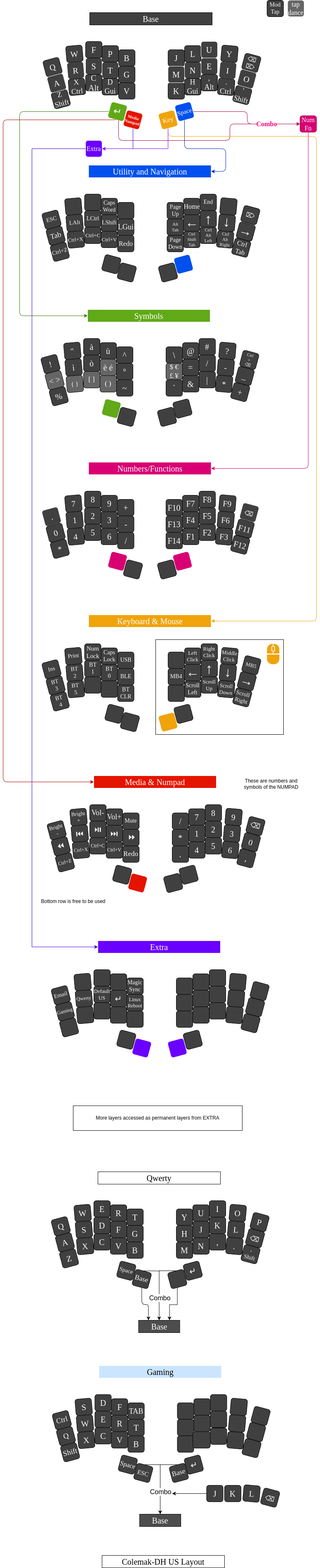
Before: Cotechino.png, a diagram exported from draw.io (fractalysid/Cotechino_Keyboard_Layout). Source tidied: cells renumbered, new cells last; positions are measured from the earlier drawing's top-left corner, leaving out a move shared by most shapes.
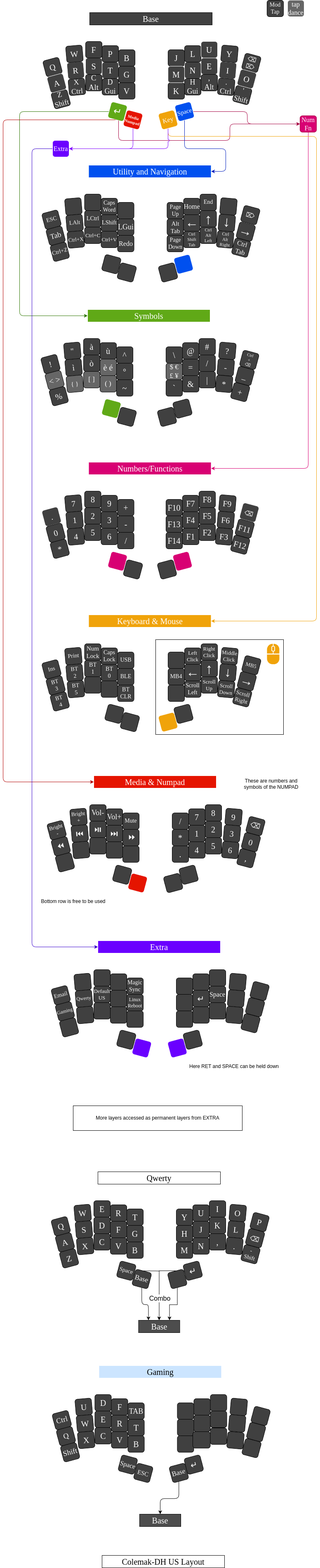
Above is the later version.

What changed in the source:
```diff
@@ -32,7 +32,7 @@
     <mxCell id="11" value="D&lt;br style=&quot;font-size: 18px;&quot;&gt;Gui" style="rounded=1;whiteSpace=wrap;html=1;fontSize=18;fillColor=#404040;fontFamily=Tahoma;fontColor=#FAFAFA;verticalAlign=middle;" parent="1" vertex="1">
       <mxGeometry x="240" y="190" width="40" height="40" as="geometry" />
     </mxCell>
-    <mxCell id="12" value="C&lt;br&gt;Alt" style="rounded=1;whiteSpace=wrap;html=1;fontSize=20;fillColor=#404040;fontFamily=Tahoma;fontColor=#FAFAFA;verticalAlign=middle;" parent="1" vertex="1">
+    <mxCell id="12" value="C&lt;br&gt;Alt" style="rounded=1;whiteSpace=wrap;html=1;fontSize=19;fillColor=#404040;fontFamily=Tahoma;fontColor=#FAFAFA;verticalAlign=middle;" parent="1" vertex="1">
       <mxGeometry x="200" y="180" width="40" height="40" as="geometry" />
     </mxCell>
     <mxCell id="13" value="X&lt;br style=&quot;font-size: 18px;&quot;&gt;Ctrl" style="rounded=1;whiteSpace=wrap;html=1;fontSize=18;fillColor=#404040;fontFamily=Tahoma;fontColor=#FAFAFA;rotation=355;verticalAlign=middle;" parent="1" vertex="1">
@@ -84,7 +84,7 @@
     <mxCell id="24" value="E" style="rounded=1;whiteSpace=wrap;html=1;fontSize=20;fillColor=#404040;fontFamily=Tahoma;flipV=0;flipH=0;direction=east;strokeColor=#FFFFFF;verticalAlign=middle;fontColor=#FFFFFF;" parent="1" vertex="1">
       <mxGeometry x="480" y="140" width="40" height="40" as="geometry" />
     </mxCell>
-    <mxCell id="25" value="H&lt;br style=&quot;font-size: 18px;&quot;&gt;Gui" style="rounded=1;whiteSpace=wrap;html=1;fontSize=18;fillColor=#404040;fontFamily=Tahoma;fontColor=#FAFAFA;flipV=0;flipH=0;direction=east;verticalAlign=middle;" parent="1" vertex="1">
+    <mxCell id="25" value="H&lt;br&gt;Gui" style="rounded=1;whiteSpace=wrap;html=1;fontSize=18;fillColor=#404040;fontFamily=Tahoma;fontColor=#FAFAFA;flipV=0;flipH=0;direction=east;verticalAlign=middle;" parent="1" vertex="1">
       <mxGeometry x="440" y="190" width="40" height="40" as="geometry" />
     </mxCell>
     <mxCell id="26" value=",&lt;br style=&quot;font-size: 18px;&quot;&gt;Alt" style="rounded=1;whiteSpace=wrap;html=1;fontSize=18;fillColor=#404040;fontFamily=Tahoma;fontColor=#FAFAFA;flipV=0;flipH=0;direction=east;verticalAlign=middle;" parent="1" vertex="1">
@@ -102,14 +102,9 @@
     <mxCell id="30" value="O" style="rounded=1;whiteSpace=wrap;html=1;fontSize=20;fillColor=#404040;fontFamily=Tahoma;rotation=15;flipV=0;flipH=0;direction=east;strokeColor=#FFFFFF;fontColor=#FFFFFF;" parent="1" vertex="1">
       <mxGeometry x="571" y="171" width="40" height="40" as="geometry" />
     </mxCell>
-    <mxCell id="31" style="edgeStyle=orthogonalEdgeStyle;rounded=1;jettySize=auto;html=1;entryX=0;entryY=0.5;entryDx=0;entryDy=0;fontFamily=Tahoma;fontSize=16;fontColor=#FAFAFA;fillColor=#d80073;strokeColor=#A50040;" parent="1" edge="1" source="34" target="196">
+    <mxCell id="31" style="edgeStyle=orthogonalEdgeStyle;rounded=1;jettySize=auto;html=1;entryX=0;entryY=0.5;entryDx=0;entryDy=0;fontFamily=Tahoma;fontSize=16;fontColor=#FAFAFA;fillColor=#d80073;strokeColor=#A50040;jumpStyle=arc;" parent="1" edge="1" source="34" target="196">
       <mxGeometry relative="1" as="geometry" />
     </mxCell>
-    <mxCell id="32" value="Combo" style="edgeLabel;html=1;align=center;verticalAlign=middle;fontSize=16;fontFamily=Tahoma;fontColor=#FF0080;fontStyle=1;" parent="31" vertex="1">
-      <mxGeometry x="0.33" y="1" relative="1" as="geometry">
-        <mxPoint x="16" y="1" as="offset" />
-      </mxGeometry>
-    </mxCell>
     <mxCell id="33" style="edgeStyle=orthogonalEdgeStyle;rounded=1;jettySize=auto;html=1;fontFamily=Tahoma;fontSize=16;fontColor=#FAFAFA;entryX=1;entryY=0.5;entryDx=0;entryDy=0;fillColor=#0050ef;strokeColor=#001DBC;" parent="1" edge="1" source="34" target="36">
       <mxGeometry relative="1" as="geometry">
         <Array as="points">
@@ -188,7 +183,7 @@
     <mxCell id="56" value="&lt;span style=&quot;color: rgb(250, 250, 250); font-family: sans-serif; font-size: 32px; font-style: normal; font-variant-ligatures: normal; font-variant-caps: normal; font-weight: 400; letter-spacing: normal; orphans: 2; text-align: center; text-indent: 0px; text-transform: none; widows: 2; word-spacing: 0px; -webkit-text-stroke-width: 0px; background-color: rgb(64, 64, 64); text-decoration-thickness: initial; text-decoration-style: initial; text-decoration-color: initial; float: none; display: inline !important;&quot;&gt;←&lt;/span&gt;" style="rounded=1;whiteSpace=wrap;html=1;fontSize=32;fillColor=#404040;fontFamily=Tahoma;fontColor=#FAFAFA;flipV=0;flipH=0;direction=east;verticalAlign=bottom;horizontal=1;" parent="1" vertex="1">
       <mxGeometry x="437.5" y="520" width="40" height="40" as="geometry" />
     </mxCell>
-    <mxCell id="57" value="&lt;span style=&quot;color: rgb(250, 250, 250); font-family: Tahoma; font-size: 11px; font-style: normal; font-variant-ligatures: normal; font-variant-caps: normal; font-weight: 400; letter-spacing: normal; orphans: 2; text-align: center; text-indent: 0px; text-transform: none; widows: 2; word-spacing: 0px; -webkit-text-stroke-width: 0px; background-color: rgb(64, 64, 64); text-decoration-thickness: initial; text-decoration-style: initial; text-decoration-color: initial; float: none; display: inline !important;&quot;&gt;Alt&lt;br&gt;Tab&lt;br style=&quot;font-size: 11px;&quot;&gt;&lt;/span&gt;" style="rounded=1;whiteSpace=wrap;html=1;fontSize=11;fillColor=#404040;fontFamily=Tahoma;fontColor=#FAFAFA;flipV=0;flipH=0;direction=east;verticalAlign=middle;" parent="1" vertex="1">
+    <mxCell id="57" value="&lt;span style=&quot;color: rgb(250, 250, 250); font-family: Tahoma; font-style: normal; font-variant-ligatures: normal; font-variant-caps: normal; font-weight: 400; letter-spacing: normal; orphans: 2; text-align: center; text-indent: 0px; text-transform: none; widows: 2; word-spacing: 0px; -webkit-text-stroke-width: 0px; background-color: rgb(64, 64, 64); text-decoration-thickness: initial; text-decoration-style: initial; text-decoration-color: initial; float: none; display: inline !important;&quot;&gt;Alt&lt;br&gt;Tab&lt;br&gt;&lt;/span&gt;" style="rounded=1;whiteSpace=wrap;html=1;fontSize=15;fillColor=#404040;fontFamily=Tahoma;fontColor=#FAFAFA;flipV=0;flipH=0;direction=east;verticalAlign=middle;" parent="1" vertex="1">
       <mxGeometry x="397.5" y="530" width="40" height="40" as="geometry" />
     </mxCell>
     <mxCell id="58" value="&lt;span style=&quot;color: rgb(250, 250, 250); font-family: Tahoma; font-size: 14px; font-style: normal; font-variant-ligatures: normal; font-variant-caps: normal; font-weight: 400; letter-spacing: normal; orphans: 2; text-align: center; text-indent: 0px; text-transform: none; widows: 2; word-spacing: 0px; -webkit-text-stroke-width: 0px; background-color: rgb(64, 64, 64); text-decoration-thickness: initial; text-decoration-style: initial; text-decoration-color: initial; float: none; display: inline !important;&quot;&gt;&lt;br style=&quot;font-size: 14px;&quot;&gt;&lt;/span&gt;" style="rounded=1;whiteSpace=wrap;html=1;fontSize=14;fillColor=#404040;fontFamily=Tahoma;fontColor=#FAFAFA;rotation=5;flipV=0;flipH=0;direction=east;" parent="1" vertex="1">
@@ -659,10 +654,9 @@
         </Array>
       </mxGeometry>
     </mxCell>
-    <mxCell id="209" style="edgeStyle=orthogonalEdgeStyle;rounded=0;jettySize=auto;html=1;entryX=0;entryY=0.5;entryDx=0;entryDy=0;fillColor=#6a00ff;strokeColor=#3700CC;" parent="1" edge="1" source="210" target="306">
+    <mxCell id="209" style="edgeStyle=orthogonalEdgeStyle;rounded=1;jettySize=auto;html=1;entryX=0;entryY=0.5;entryDx=0;entryDy=0;fillColor=#6a00ff;strokeColor=#3700CC;curved=0;" parent="1" edge="1" source="345" target="306">
       <mxGeometry relative="1" as="geometry">
         <Array as="points">
-          <mxPoint x="315" y="360" />
           <mxPoint x="70" y="360" />
           <mxPoint x="70" y="2295" />
         </Array>
@@ -718,7 +712,7 @@
         </Array>
       </mxGeometry>
     </mxCell>
-    <mxCell id="223" style="edgeStyle=orthogonalEdgeStyle;rounded=0;jettySize=auto;html=1;fillColor=#6a00ff;strokeColor=#7F00FF;entryX=1;entryY=0.5;entryDx=0;entryDy=0;" parent="1" edge="1" source="224" target="345">
+    <mxCell id="223" style="edgeStyle=orthogonalEdgeStyle;rounded=1;jettySize=auto;html=1;fillColor=#6a00ff;strokeColor=#7F00FF;entryX=1;entryY=0.5;entryDx=0;entryDy=0;jumpStyle=arc;curved=0;" parent="1" edge="1" source="224" target="345">
       <mxGeometry relative="1" as="geometry">
         <Array as="points">
           <mxPoint x="400" y="360" />
@@ -758,7 +752,7 @@
     <mxCell id="234" value="T" style="rounded=1;whiteSpace=wrap;html=1;fontSize=20;fillColor=#404040;fontFamily=Tahoma;fontColor=#FAFAFA;" parent="1" vertex="1">
       <mxGeometry x="302.5" y="3440" width="40" height="40" as="geometry" />
     </mxCell>
-    <mxCell id="235" value="S" style="rounded=1;whiteSpace=wrap;html=1;fontSize=20;fillColor=#404040;fontFamily=Tahoma;fontColor=#FAFAFA;rotation=-5;" parent="1" vertex="1">
+    <mxCell id="235" value="U" style="rounded=1;whiteSpace=wrap;html=1;fontSize=20;fillColor=#404040;fontFamily=Tahoma;fontColor=#FAFAFA;rotation=-5;" parent="1" vertex="1">
       <mxGeometry x="175.5" y="3390" width="40" height="40" as="geometry" />
     </mxCell>
     <mxCell id="236" value="E" style="rounded=1;whiteSpace=wrap;html=1;fontSize=20;fillColor=#404040;fontFamily=Tahoma;fontColor=#FAFAFA;" parent="1" vertex="1">
@@ -782,9 +776,6 @@
     <mxCell id="242" value="Q" style="rounded=1;whiteSpace=wrap;html=1;fontSize=18;fillColor=#404040;fontFamily=Tahoma;fontColor=#FAFAFA;rotation=345;" parent="1" vertex="1">
       <mxGeometry x="132.5" y="3461" width="40" height="40" as="geometry" />
     </mxCell>
-    <mxCell id="243" style="edgeStyle=orthogonalEdgeStyle;rounded=0;jettySize=auto;html=1;fontSize=20;entryX=0.5;entryY=0;entryDx=0;entryDy=0;" parent="1" edge="1" source="244" target="261">
-      <mxGeometry relative="1" as="geometry" />
-    </mxCell>
     <mxCell id="244" value="Space" style="rounded=1;whiteSpace=wrap;html=1;fontSize=16;fillColor=#404040;fontFamily=Tahoma;fontColor=#FAFAFA;rotation=15;" parent="1" vertex="1">
       <mxGeometry x="282.5" y="3530" width="40" height="40" as="geometry" />
     </mxCell>
@@ -827,16 +818,6 @@
     <mxCell id="257" style="rounded=1;whiteSpace=wrap;html=1;fontSize=20;fillColor=#404040;fontFamily=Tahoma;fontColor=#FAFAFA;rotation=15;flipV=0;flipH=0;direction=east;" parent="1" vertex="1">
       <mxGeometry x="593.5" y="3451" width="40" height="40" as="geometry" />
     </mxCell>
-    <mxCell id="258" style="edgeStyle=orthogonalEdgeStyle;rounded=0;jettySize=auto;html=1;fontSize=20;entryX=0.5;entryY=0;entryDx=0;entryDy=0;" parent="1" edge="1" source="260" target="261">
-      <mxGeometry relative="1" as="geometry">
-        <Array as="points">
-          <mxPoint x="381" y="3550" />
-        </Array>
-      </mxGeometry>
-    </mxCell>
-    <mxCell id="259" value="Combo" style="edgeLabel;html=1;align=center;verticalAlign=middle;fontSize=16;" parent="258" vertex="1">
-      <mxGeometry x="0.4" y="1" relative="1" as="geometry" />
-    </mxCell>
     <mxCell id="260" value="&lt;span style=&quot;font-family: &amp;quot;segoe ui emoji&amp;quot;, &amp;quot;apple color emoji&amp;quot;, &amp;quot;noto color emoji&amp;quot;; font-size: 20px;&quot;&gt;↵&lt;/span&gt;" style="rounded=1;whiteSpace=wrap;html=1;fontSize=20;fillColor=#404040;fontFamily=Tahoma;fontColor=#FAFAFA;rotation=345;flipV=0;flipH=0;direction=east;" parent="1" vertex="1">
       <mxGeometry x="442.5" y="3530" width="40" height="40" as="geometry" />
     </mxCell>
@@ -849,33 +830,19 @@
     <mxCell id="263" style="rounded=1;whiteSpace=wrap;html=1;fontSize=20;fillColor=#404040;fontFamily=Tahoma;fontColor=#FAFAFA;rotation=5;flipV=0;flipH=0;direction=east;verticalAlign=middle;" parent="1" vertex="1">
       <mxGeometry x="543.5" y="3471" width="40" height="40" as="geometry" />
     </mxCell>
-    <mxCell id="264" value="L" style="rounded=1;whiteSpace=wrap;html=1;fontSize=20;fillColor=#404040;fontFamily=Tahoma;fontColor=#FAFAFA;rotation=5;flipV=0;flipH=0;direction=east;" parent="1" vertex="1">
-      <mxGeometry x="582.5" y="3600" width="40" height="40" as="geometry" />
-    </mxCell>
-    <mxCell id="265" style="edgeStyle=orthogonalEdgeStyle;rounded=0;jettySize=auto;html=1;" parent="1" edge="1" source="266">
-      <mxGeometry relative="1" as="geometry">
-        <mxPoint x="410" y="3620" as="targetPoint" />
-      </mxGeometry>
-    </mxCell>
-    <mxCell id="266" value="J" style="rounded=1;whiteSpace=wrap;html=1;fontSize=20;fillColor=#404040;fontFamily=Tahoma;fontColor=#FAFAFA;flipV=0;flipH=0;direction=east;" parent="1" vertex="1">
-      <mxGeometry x="493.5" y="3600" width="40" height="40" as="geometry" />
-    </mxCell>
-    <mxCell id="267" value="K" style="rounded=1;whiteSpace=wrap;html=1;fontSize=20;fillColor=#404040;fontFamily=Tahoma;fontColor=#FAFAFA;flipV=0;flipH=0;direction=east;" parent="1" vertex="1">
-      <mxGeometry x="537" y="3600" width="40" height="40" as="geometry" />
-    </mxCell>
-    <mxCell id="268" value="&lt;span style=&quot;color: rgb(250, 250, 250); font-family: &amp;quot;segoe ui emoji&amp;quot;, &amp;quot;apple color emoji&amp;quot;, &amp;quot;noto color emoji&amp;quot;; font-size: 16px; font-style: normal; font-variant-ligatures: normal; font-variant-caps: normal; font-weight: 400; letter-spacing: normal; orphans: 2; text-align: center; text-indent: 0px; text-transform: none; widows: 2; word-spacing: 0px; -webkit-text-stroke-width: 0px; background-color: rgb(64, 64, 64); text-decoration-thickness: initial; text-decoration-style: initial; text-decoration-color: initial; float: none; display: inline !important;&quot;&gt;⌫&lt;/span&gt;" style="rounded=1;whiteSpace=wrap;html=1;fontSize=20;fillColor=#404040;fontFamily=Tahoma;fontColor=#FAFAFA;rotation=15;flipV=0;flipH=0;direction=east;" parent="1" vertex="1">
-      <mxGeometry x="627.5" y="3610" width="40" height="40" as="geometry" />
-    </mxCell>
     <mxCell id="269" value="ESC" style="rounded=1;whiteSpace=wrap;html=1;fontSize=15;fillColor=#404040;fontFamily=Tahoma;fontColor=#FAFAFA;rotation=15;" parent="1" vertex="1">
       <mxGeometry x="320" y="3550" width="40" height="40" as="geometry" />
     </mxCell>
+    <mxCell id="352" style="edgeStyle=orthogonalEdgeStyle;rounded=1;jettySize=auto;html=1;entryX=0.5;entryY=0;entryDx=0;entryDy=0;curved=0;" parent="1" edge="1" source="270" target="261">
+      <mxGeometry relative="1" as="geometry" />
+    </mxCell>
     <mxCell id="270" value="Base" style="rounded=1;whiteSpace=wrap;html=1;fontSize=17;fillColor=#404040;fontFamily=Tahoma;fontColor=#FAFAFA;rotation=345;flipV=0;flipH=0;direction=east;" parent="1" vertex="1">
       <mxGeometry x="406.2" y="3550" width="40" height="40" as="geometry" />
     </mxCell>
     <mxCell id="271" value="Media &amp;amp; Numpad" style="rounded=0;whiteSpace=wrap;html=1;fontSize=20;glass=0;sketch=0;fontFamily=Lucida Console;fillColor=#e51400;strokeColor=#FFFFFF;fontColor=#ffffff;" parent="1" vertex="1">
       <mxGeometry x="220" y="1880" width="297" height="30" as="geometry" />
     </mxCell>
-    <mxCell id="272" value="Redo" style="rounded=1;whiteSpace=wrap;html=1;fontSize=17;fillColor=#404040;fontFamily=Tahoma;fontColor=#FAFAFA;" parent="1" vertex="1">
+    <mxCell id="272" style="rounded=1;whiteSpace=wrap;html=1;fontSize=17;fillColor=#404040;fontFamily=Tahoma;fontColor=#FAFAFA;" parent="1" vertex="1">
       <mxGeometry x="290" y="2050" width="40" height="40" as="geometry" />
     </mxCell>
     <mxCell id="273" value="Vol-" style="rounded=1;whiteSpace=wrap;html=1;fontSize=18;fillColor=#404040;fontFamily=Tahoma;fontColor=#FAFAFA;" parent="1" vertex="1">
@@ -893,16 +860,16 @@
     <mxCell id="277" value="Bright&lt;br style=&quot;font-size: 13px;&quot;&gt;+" style="rounded=1;whiteSpace=wrap;html=1;fontSize=13;fillColor=#404040;fontFamily=Tahoma;fontColor=#FAFAFA;rotation=-5;" parent="1" vertex="1">
       <mxGeometry x="163" y="1960" width="40" height="40" as="geometry" />
     </mxCell>
-    <mxCell id="278" value="Ctrl+V" style="rounded=1;whiteSpace=wrap;html=1;fontSize=12;fillColor=#404040;fontFamily=Tahoma;fontColor=#FAFAFA;" parent="1" vertex="1">
+    <mxCell id="278" style="rounded=1;whiteSpace=wrap;html=1;fontSize=12;fillColor=#404040;fontFamily=Tahoma;fontColor=#FAFAFA;" parent="1" vertex="1">
       <mxGeometry x="250" y="2040" width="40" height="40" as="geometry" />
     </mxCell>
-    <mxCell id="279" value="Ctrl+C" style="rounded=1;whiteSpace=wrap;html=1;fontSize=12;fillColor=#404040;fontFamily=Tahoma;fontColor=#FAFAFA;" parent="1" vertex="1">
+    <mxCell id="279" style="rounded=1;whiteSpace=wrap;html=1;fontSize=12;fillColor=#404040;fontFamily=Tahoma;fontColor=#FAFAFA;" parent="1" vertex="1">
       <mxGeometry x="210" y="2030" width="40" height="40" as="geometry" />
     </mxCell>
-    <mxCell id="280" value="Ctrl+X" style="rounded=1;whiteSpace=wrap;html=1;fontSize=12;fillColor=#404040;fontFamily=Tahoma;fontColor=#FAFAFA;rotation=355;" parent="1" vertex="1">
+    <mxCell id="280" style="rounded=1;whiteSpace=wrap;html=1;fontSize=12;fillColor=#404040;fontFamily=Tahoma;fontColor=#FAFAFA;rotation=355;" parent="1" vertex="1">
       <mxGeometry x="169" y="2040" width="40" height="40" as="geometry" />
     </mxCell>
-    <mxCell id="281" value="Ctrl+Z" style="rounded=1;whiteSpace=wrap;html=1;fontSize=12;fillColor=#404040;fontFamily=Tahoma;fontColor=#FAFAFA;rotation=345;" parent="1" vertex="1">
+    <mxCell id="281" style="rounded=1;whiteSpace=wrap;html=1;fontSize=12;fillColor=#404040;fontFamily=Tahoma;fontColor=#FAFAFA;rotation=345;" parent="1" vertex="1">
       <mxGeometry x="130" y="2070" width="40" height="40" as="geometry" />
     </mxCell>
     <mxCell id="282" value="Bright&lt;br style=&quot;font-size: 13px;&quot;&gt;-" style="rounded=1;whiteSpace=wrap;html=1;fontSize=13;fillColor=#404040;fontFamily=Tahoma;fontColor=#FAFAFA;rotation=345;" parent="1" vertex="1">
@@ -1028,7 +995,7 @@
     <mxCell id="322" value="&amp;nbsp;" style="rounded=1;whiteSpace=wrap;html=1;fontSize=13;fillColor=#404040;fontFamily=Tahoma;fontColor=#FAFAFA;flipV=0;flipH=0;direction=east;" parent="1" vertex="1">
       <mxGeometry x="420" y="2370" width="40" height="40" as="geometry" />
     </mxCell>
-    <mxCell id="323" style="rounded=1;whiteSpace=wrap;html=1;fontSize=20;fillColor=#404040;fontFamily=Tahoma;fontColor=#FAFAFA;flipV=0;flipH=0;direction=east;" parent="1" vertex="1">
+    <mxCell id="323" value="&lt;span style=&quot;font-family: &amp;quot;segoe ui emoji&amp;quot;, &amp;quot;apple color emoji&amp;quot;, &amp;quot;noto color emoji&amp;quot;;&quot;&gt;↵&lt;/span&gt;" style="rounded=1;whiteSpace=wrap;html=1;fontSize=20;fillColor=#404040;fontFamily=Tahoma;fontColor=#FAFAFA;flipV=0;flipH=0;direction=east;" parent="1" vertex="1">
       <mxGeometry x="460" y="2400" width="40" height="40" as="geometry" />
     </mxCell>
     <mxCell id="324" style="rounded=1;whiteSpace=wrap;html=1;fontSize=12;fillColor=#404040;fontFamily=Tahoma;fontColor=#FAFAFA;flipV=0;flipH=0;direction=east;" parent="1" vertex="1">
@@ -1037,7 +1004,7 @@
     <mxCell id="325" style="rounded=1;whiteSpace=wrap;html=1;fontSize=20;fillColor=#404040;fontFamily=Tahoma;fontColor=#FAFAFA;rotation=5;flipV=0;flipH=0;direction=east;" parent="1" vertex="1">
       <mxGeometry x="549" y="2360" width="40" height="40" as="geometry" />
     </mxCell>
-    <mxCell id="326" style="rounded=1;whiteSpace=wrap;html=1;fontSize=20;fillColor=#404040;fontFamily=Tahoma;fontColor=#FAFAFA;flipV=0;flipH=0;direction=east;" parent="1" vertex="1">
+    <mxCell id="326" value="Space" style="rounded=1;whiteSpace=wrap;html=1;fontSize=16;fillColor=#404040;fontFamily=Tahoma;fontColor=#FAFAFA;flipV=0;flipH=0;direction=east;" parent="1" vertex="1">
       <mxGeometry x="500" y="2390" width="40" height="40" as="geometry" />
     </mxCell>
     <mxCell id="327" style="rounded=1;whiteSpace=wrap;html=1;fontSize=20;fillColor=#404040;fontFamily=Tahoma;fontColor=#FAFAFA;flipV=0;flipH=0;direction=east;" parent="1" vertex="1">
@@ -1073,7 +1040,7 @@
     <mxCell id="337" value="Qwerty" style="rounded=1;whiteSpace=wrap;html=1;fontSize=12;fillColor=#404040;fontFamily=Tahoma;fontColor=#FAFAFA;rotation=355;" parent="1" vertex="1">
       <mxGeometry x="176" y="2400" width="40" height="40" as="geometry" />
     </mxCell>
-    <mxCell id="338" value="&lt;span style=&quot;font-family: &amp;quot;segoe ui emoji&amp;quot;, &amp;quot;apple color emoji&amp;quot;, &amp;quot;noto color emoji&amp;quot;; font-size: 20px;&quot;&gt;↵&lt;/span&gt;" style="rounded=1;whiteSpace=wrap;html=1;fontSize=12;fillColor=#404040;fontFamily=Tahoma;fontColor=#FAFAFA;" parent="1" vertex="1">
+    <mxCell id="338" style="rounded=1;whiteSpace=wrap;html=1;fontSize=12;fillColor=#404040;fontFamily=Tahoma;fontColor=#FAFAFA;" parent="1" vertex="1">
       <mxGeometry x="260" y="2400" width="40" height="40" as="geometry" />
     </mxCell>
     <mxCell id="339" value="Default&lt;br&gt;US" style="rounded=1;whiteSpace=wrap;html=1;fontSize=13;fillColor=#404040;fontFamily=Tahoma;fontColor=#FAFAFA;" parent="1" vertex="1">
@@ -1094,9 +1061,6 @@
     <mxCell id="344" value="Colemak-DH US Layout" style="rounded=0;whiteSpace=wrap;html=1;fontSize=20;glass=0;sketch=0;fontFamily=Lucida Console;" parent="1" vertex="1">
       <mxGeometry x="240" y="3770" width="297" height="30" as="geometry" />
     </mxCell>
-    <mxCell id="345" value="Extra" style="rounded=1;whiteSpace=wrap;html=1;fontSize=16;fillColor=#6a00ff;fontFamily=Tahoma;fontColor=#ffffff;flipV=0;flipH=0;direction=east;strokeColor=#FFFFFF;" parent="1" vertex="1">
-      <mxGeometry x="200" y="340" width="40" height="40" as="geometry" />
-    </mxCell>
     <mxCell id="346" value="Bottom row is free to be used" style="text;html=1;align=center;verticalAlign=middle;strokeColor=none;fillColor=none;" parent="1" vertex="1">
       <mxGeometry x="80" y="2170" width="180" height="30" as="geometry" />
     </mxCell>
@@ -1115,5 +1079,18 @@
     <mxCell id="351" style="sketch=0;shadow=0;dashed=0;html=1;strokeColor=none;labelPosition=center;verticalLabelPosition=bottom;verticalAlign=top;align=center;fillColor=#F0A30A;shape=mxgraph.mscae.enterprise.mouse;" parent="1" vertex="1">
       <mxGeometry x="640" y="1560" width="30" height="50" as="geometry" />
     </mxCell>
+    <mxCell id="353" value="Here RET and SPACE can be held down" style="text;html=1;align=center;verticalAlign=middle;strokeColor=none;fillColor=none;" parent="1" vertex="1">
+      <mxGeometry x="440" y="2570" width="240" height="30" as="geometry" />
+    </mxCell>
+    <mxCell id="354" style="edgeStyle=orthogonalEdgeStyle;rounded=1;jettySize=auto;html=1;entryX=0;entryY=0.5;entryDx=0;entryDy=0;fillColor=#6a00ff;strokeColor=#7F00FF;curved=0;" parent="1" edge="1" source="210" target="345">
+      <mxGeometry relative="1" as="geometry">
+        <Array as="points">
+          <mxPoint x="315" y="360" />
+        </Array>
+      </mxGeometry>
+    </mxCell>
+    <mxCell id="345" value="Extra" style="rounded=1;whiteSpace=wrap;html=1;fontSize=16;fillColor=#6a00ff;fontFamily=Tahoma;fontColor=#ffffff;flipV=0;flipH=0;direction=east;strokeColor=#FFFFFF;" parent="1" vertex="1">
+      <mxGeometry x="120" y="340" width="40" height="40" as="geometry" />
+    </mxCell>
   </root>
 </mxGraphModel>
```
